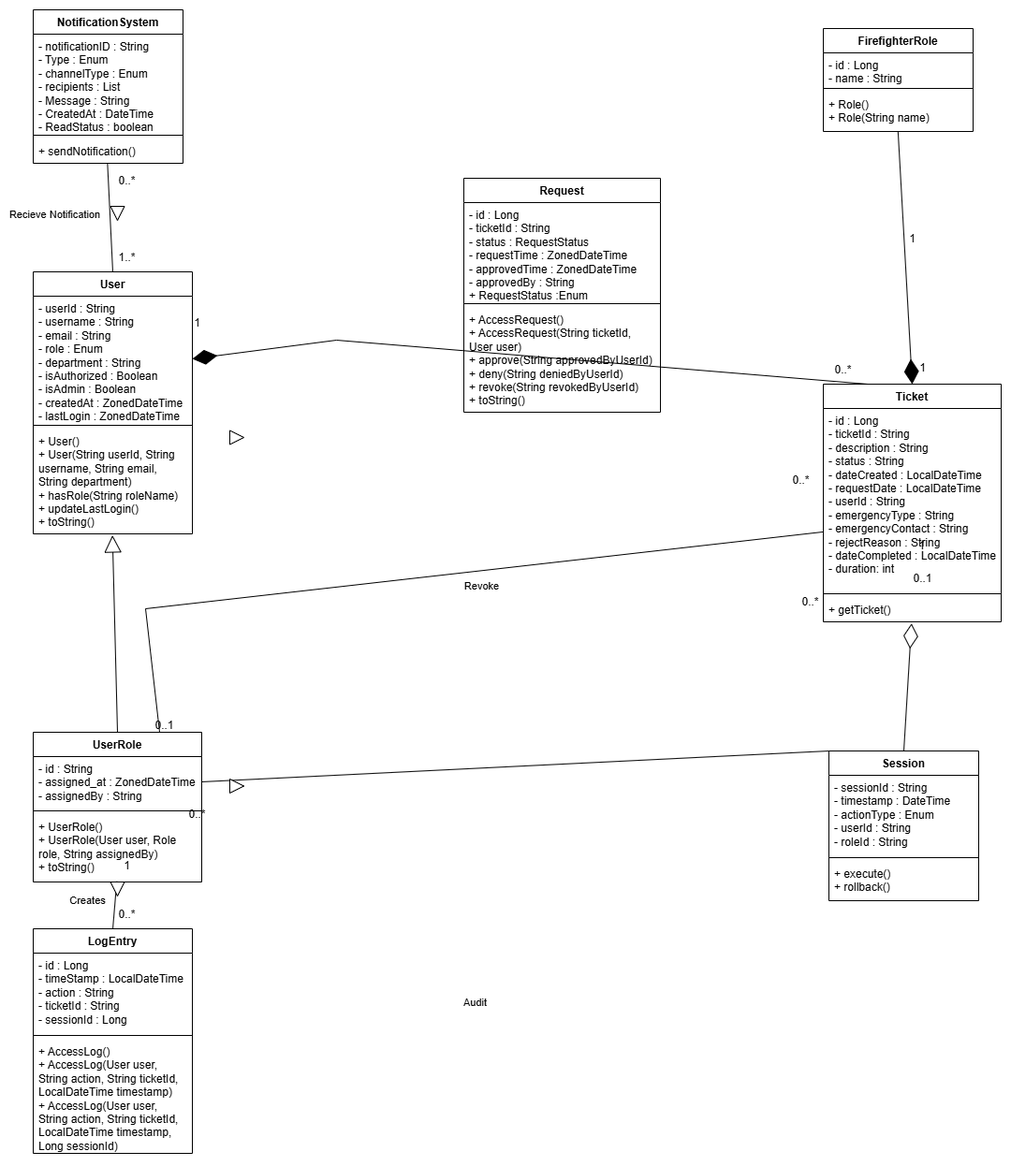
Earlier version of the draw.io export Documentation/Domain Model.png (COS301-SE-2025/Fire-Fighter). Source tidied: cells renumbered, new cells last; positions are measured from the earlier drawing's top-left corner, leaving out a move shared by most shapes.
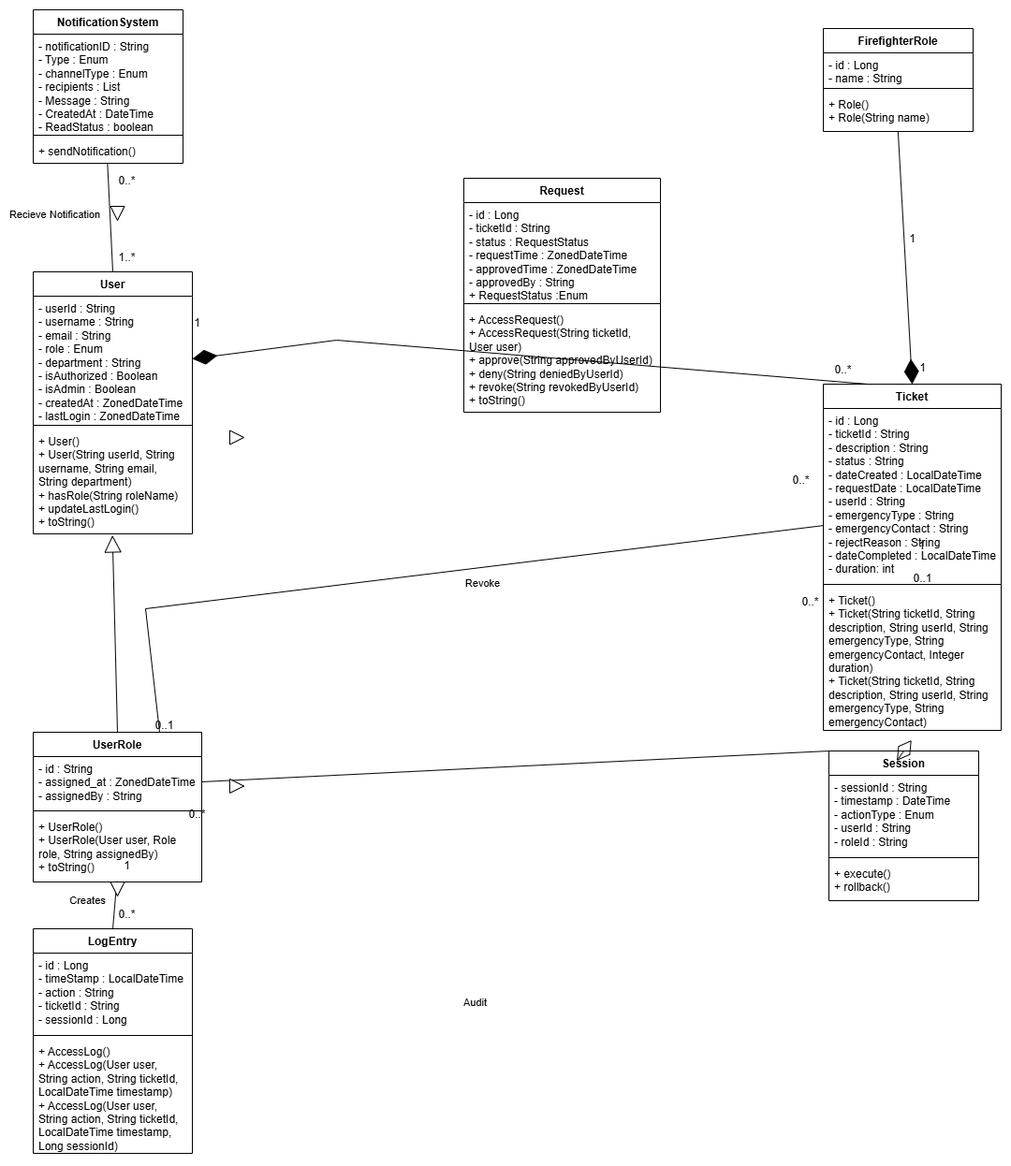
The same diagram one commit later.

Commit message:
Added Ticket functions

Diff of the diagram source:
```diff
@@ -27,16 +27,16 @@
       <mxGeometry y="68" width="160" height="42" as="geometry" />
     </mxCell>
     <mxCell id="10" value="Ticket&lt;div&gt;&lt;br&gt;&lt;/div&gt;" style="swimlane;fontStyle=1;align=center;verticalAlign=top;horizontal=1;startSize=26;whiteSpace=wrap;html=1;" parent="1" vertex="1">
-      <mxGeometry x="844" y="400" width="190" height="254" as="geometry" />
+      <mxGeometry x="844" y="400" width="190" height="370" as="geometry" />
     </mxCell>
     <mxCell id="11" value="- id : Long&lt;div&gt;- ticketId : String&lt;/div&gt;&lt;div&gt;- description : String&lt;/div&gt;&lt;div&gt;- status : String&lt;/div&gt;&lt;div&gt;-&amp;nbsp;dateCreated : LocalDateTime&amp;nbsp;&lt;/div&gt;&lt;div&gt;- requestDate : LocalDateTime&lt;/div&gt;&lt;div&gt;- userId : String&lt;/div&gt;&lt;div&gt;-&amp;nbsp;emergencyType : String&lt;/div&gt;&lt;div&gt;-&amp;nbsp;emergencyContact : String&lt;/div&gt;&lt;div&gt;-&amp;nbsp;rejectReason : String&lt;/div&gt;&lt;div&gt;-&amp;nbsp;dateCompleted :&amp;nbsp;&lt;span style=&quot;background-color: transparent; color: light-dark(rgb(0, 0, 0), rgb(255, 255, 255));&quot;&gt;LocalDateTime&lt;/span&gt;&lt;/div&gt;&lt;div&gt;&lt;span style=&quot;background-color: transparent; color: light-dark(rgb(0, 0, 0), rgb(255, 255, 255));&quot;&gt;-&amp;nbsp;&lt;/span&gt;&lt;span style=&quot;background-color: transparent;&quot;&gt;duration: int&lt;/span&gt;&lt;span style=&quot;background-color: transparent; color: light-dark(rgb(0, 0, 0), rgb(255, 255, 255));&quot;&gt;&amp;nbsp;&amp;nbsp;&lt;/span&gt;&lt;/div&gt;" style="text;strokeColor=none;fillColor=none;align=left;verticalAlign=top;spacingLeft=4;spacingRight=4;overflow=hidden;points=[[0,0.5],[1,0.5]];portConstraint=eastwest;whiteSpace=wrap;html=1;" parent="10" vertex="1">
-      <mxGeometry y="26" width="190" height="194" as="geometry" />
+      <mxGeometry y="26" width="190" height="184" as="geometry" />
     </mxCell>
     <mxCell id="12" style="line;strokeWidth=1;fillColor=none;align=left;verticalAlign=middle;spacingTop=-1;spacingLeft=3;spacingRight=3;labelPosition=right;strokeColor=inherit;" parent="10" vertex="1">
-      <mxGeometry y="220" width="190" height="8" as="geometry" />
+      <mxGeometry y="210" width="190" height="8" as="geometry" />
     </mxCell>
-    <mxCell id="13" value="+ getTicket()" style="text;strokeColor=none;fillColor=none;align=left;verticalAlign=top;spacingLeft=4;spacingRight=4;overflow=hidden;points=[[0,0.5],[1,0.5]];portConstraint=eastwest;whiteSpace=wrap;html=1;" parent="10" vertex="1">
-      <mxGeometry y="228" width="190" height="26" as="geometry" />
+    <mxCell id="13" value="+ Ticket()&lt;div&gt;+&amp;nbsp;Ticket(String ticketId, String description, String userId, String emergencyType, String emergencyContact, Integer duration)&lt;/div&gt;&lt;div&gt;+&amp;nbsp;Ticket(String ticketId, String description, String userId, String emergencyType, String emergencyContact)&lt;/div&gt;" style="text;strokeColor=none;fillColor=none;align=left;verticalAlign=top;spacingLeft=4;spacingRight=4;overflow=hidden;points=[[0,0.5],[1,0.5]];portConstraint=eastwest;whiteSpace=wrap;html=1;" parent="10" vertex="1">
+      <mxGeometry y="218" width="190" height="152" as="geometry" />
     </mxCell>
     <mxCell id="14" value="Session" style="swimlane;fontStyle=1;align=center;verticalAlign=top;horizontal=1;startSize=26;whiteSpace=wrap;html=1;" parent="1" vertex="1">
       <mxGeometry x="850" y="792" width="160" height="160" as="geometry" />
```
